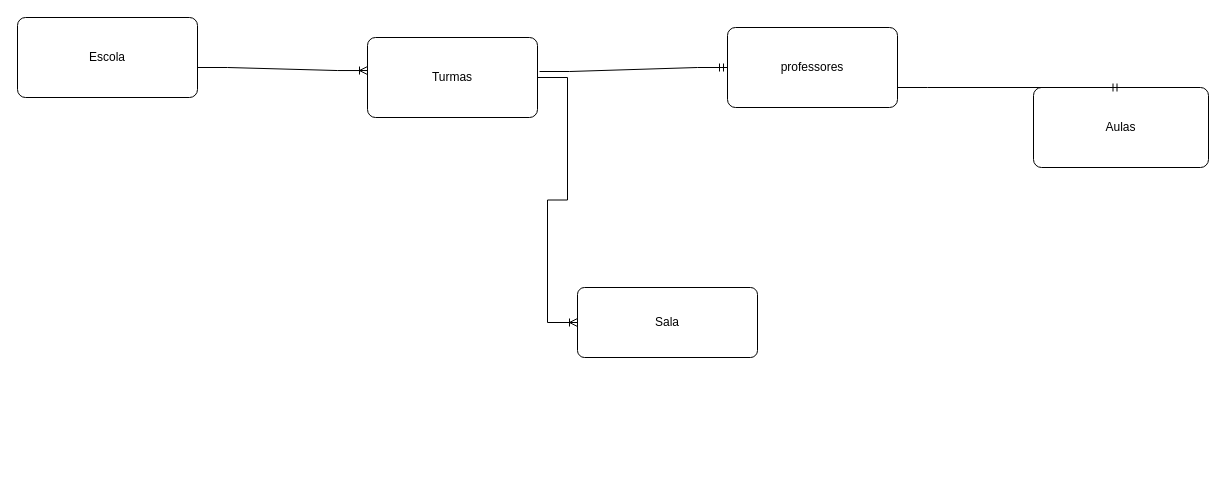
biacapist1224/Diagramas keeps this draw.io diagram as escola.drawio. Above is the earlier version. Source tidied: cells renumbered, new cells numbered last; positions are measured from the earlier drawing's top-left corner, leaving out a move shared by most shapes. Both pictures are drawn from the tidied source at 100%, with x=0, y=0 at pixel (17, 17).
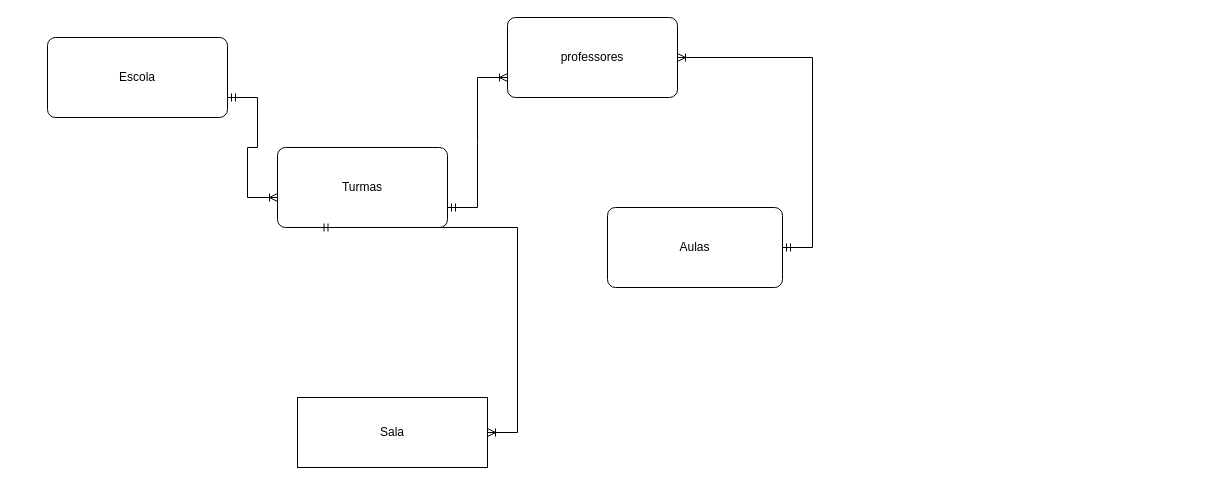
The same diagram, later.

Change to the diagram source:
```diff
@@
 <mxGraphModel>
   <root>
     <mxCell id="0" />
     <mxCell id="1" parent="0" />
     <mxCell id="2" value="Turmas" style="rounded=1;arcSize=10;whiteSpace=wrap;html=1;align=center;" parent="1" vertex="1">
-      <mxGeometry x="350" y="20" width="170" height="80" as="geometry" />
+      <mxGeometry x="260" y="130" width="170" height="80" as="geometry" />
     </mxCell>
     <mxCell id="3" value="Escola" style="rounded=1;arcSize=10;whiteSpace=wrap;html=1;align=center;" parent="1" vertex="1">
-      <mxGeometry width="180" height="80" as="geometry" />
+      <mxGeometry x="30" y="20" width="180" height="80" as="geometry" />
     </mxCell>
-    <mxCell id="4" value="Sala" style="rounded=1;arcSize=10;whiteSpace=wrap;html=1;align=center;" parent="1" vertex="1">
-      <mxGeometry x="560" y="270" width="180" height="70" as="geometry" />
+    <mxCell id="4" value="Sala" style="rounded=1;arcSize=0;whiteSpace=wrap;html=1;align=center;" parent="1" vertex="1">
+      <mxGeometry x="280" y="380" width="190" height="70" as="geometry" />
     </mxCell>
     <mxCell id="5" value="Aulas" style="rounded=1;arcSize=10;whiteSpace=wrap;html=1;align=center;" parent="1" vertex="1">
-      <mxGeometry x="1016" y="70" width="175" height="80" as="geometry" />
+      <mxGeometry x="590" y="190" width="175" height="80" as="geometry" />
     </mxCell>
     <mxCell id="6" value="professores" style="rounded=1;arcSize=10;whiteSpace=wrap;html=1;align=center;" parent="1" vertex="1">
-      <mxGeometry x="710" y="10" width="170" height="80" as="geometry" />
+      <mxGeometry x="490" width="170" height="80" as="geometry" />
     </mxCell>
-    <mxCell id="7" style="edgeStyle=entityRelationEdgeStyle;fontSize=12;html=1;endArrow=ERoneToMany;rounded=0;entryX=0;entryY=0.413;entryDx=0;entryDy=0;entryPerimeter=0;" parent="1" edge="1" target="2">
-      <mxGeometry relative="1" as="geometry">
-        <mxPoint x="180" y="50" as="sourcePoint" />
-      </mxGeometry>
-    </mxCell>
+    <mxCell id="11" style="edgeStyle=entityRelationEdgeStyle;fontSize=12;html=1;endArrow=ERoneToMany;startArrow=ERmandOne;rounded=0;entryX=0;entryY=0.625;entryDx=0;entryDy=0;entryPerimeter=0;exitX=1;exitY=0.75;exitDx=0;exitDy=0;" parent="1" edge="1" source="3" target="2">
+      <mxGeometry relative="1" as="geometry" />
+    </mxCell>
-    <mxCell id="8" style="edgeStyle=entityRelationEdgeStyle;fontSize=12;html=1;endArrow=ERmandOne;rounded=0;entryX=0;entryY=0.5;entryDx=0;entryDy=0;exitX=1.012;exitY=0.425;exitDx=0;exitDy=0;exitPerimeter=0;" parent="1" edge="1" source="2" target="6">
+    <mxCell id="8" style="edgeStyle=entityRelationEdgeStyle;fontSize=12;html=1;endArrow=ERoneToMany;startArrow=ERmandOne;rounded=0;entryX=0;entryY=0.75;entryDx=0;entryDy=0;exitX=1;exitY=0.75;exitDx=0;exitDy=0;" parent="1" edge="1" source="2" target="6">
       <mxGeometry relative="1" as="geometry" />
     </mxCell>
-    <mxCell id="9" style="edgeStyle=entityRelationEdgeStyle;fontSize=12;html=1;endArrow=ERmandOne;rounded=0;entryX=0.5;entryY=0;entryDx=0;entryDy=0;exitX=1;exitY=0.75;exitDx=0;exitDy=0;" parent="1" edge="1" source="6" target="5">
-      <mxGeometry relative="1" as="geometry" />
-    </mxCell>
+    <mxCell id="12" style="edgeStyle=entityRelationEdgeStyle;fontSize=12;html=1;endArrow=ERoneToMany;startArrow=ERmandOne;rounded=0;" parent="1" edge="1" source="5" target="6">
+      <mxGeometry relative="1" as="geometry" />
+    </mxCell>
-    <mxCell id="10" style="edgeStyle=entityRelationEdgeStyle;fontSize=12;html=1;endArrow=ERoneToMany;rounded=0;" parent="1" edge="1" source="2" target="4">
+    <mxCell id="10" style="edgeStyle=entityRelationEdgeStyle;fontSize=12;html=1;endArrow=ERoneToMany;startArrow=ERmandOne;rounded=0;exitX=0.25;exitY=1;exitDx=0;exitDy=0;" parent="1" edge="1" source="2" target="4">
       <mxGeometry relative="1" as="geometry" />
     </mxCell>
   </root>
 </mxGraphModel>
```
